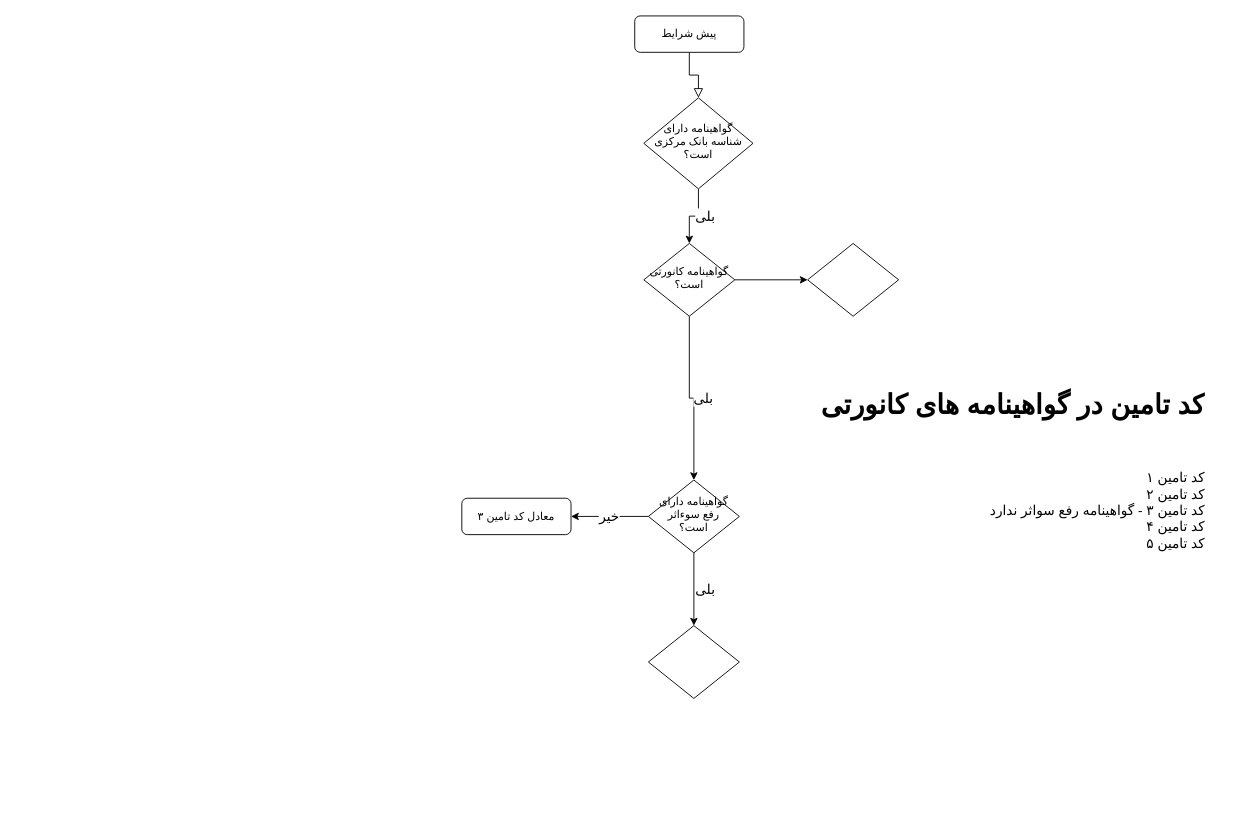
Above: Untitled Diagram.drawio in javadsabbagh/java-training (draw.io), before the change. Source tidied: cells renumbered, new cells numbered last; positions are measured from the earlier drawing's top-left corner, leaving out a move shared by most shapes. Both pictures are drawn from the tidied source at 91%, with x=0, y=0 at pixel (461, 15).
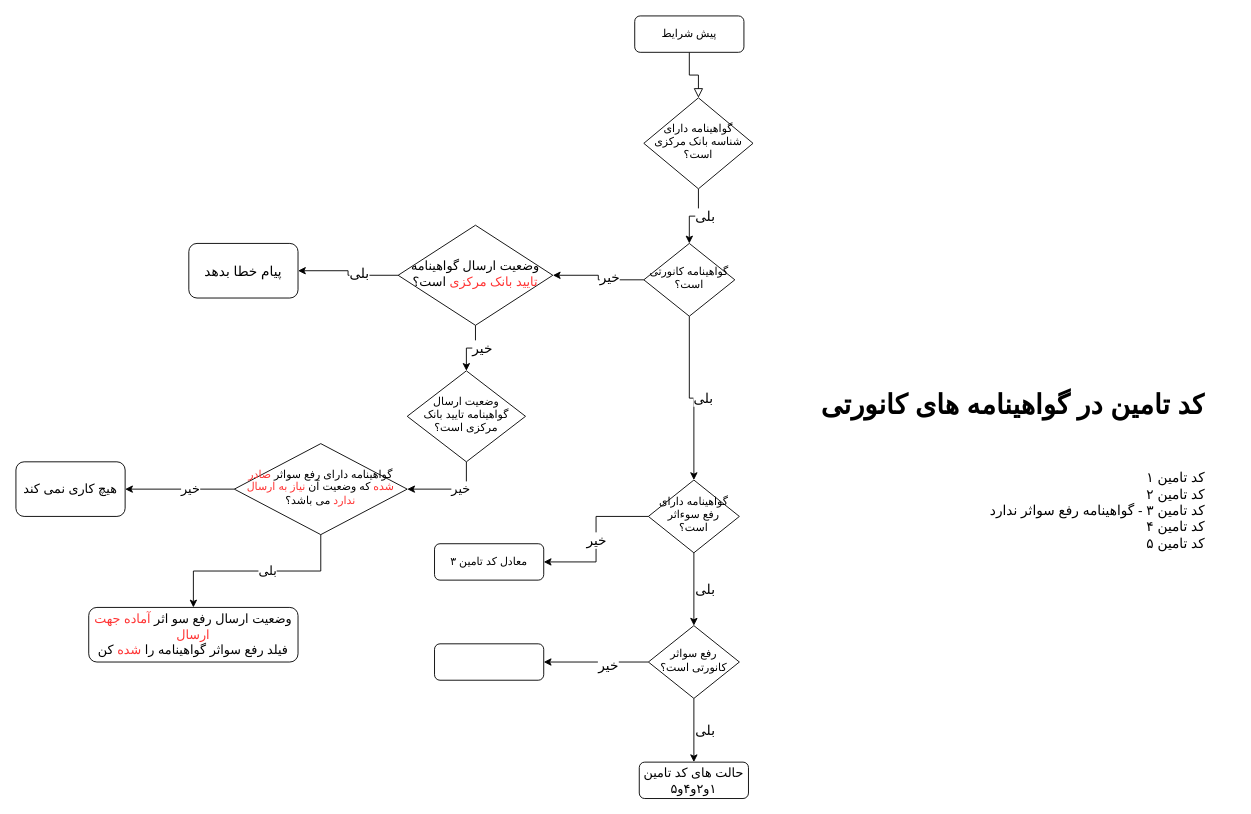
Above is the later version.

Unchanged cells that the change refers to:
```xml
<mxCell id="8" value="گواهینامه کانورتی است؟" style="rhombus;whiteSpace=wrap;html=1;shadow=0;fontFamily=Helvetica;fontSize=12;align=center;strokeWidth=1;spacing=6;spacingTop=-4;" parent="1" vertex="1">
  <mxGeometry x="200" y="250" width="100" height="80" as="geometry" />
</mxCell>
```

Change to the diagram source:
```diff
@@
-    <mxCell id="6" style="edgeStyle=orthogonalEdgeStyle;rounded=0;sketch=0;jettySize=auto;html=1;shadow=0;fontSize=15;align=left;" parent="1" edge="1" source="8" target="13">
+    <mxCell id="6" value="خیر" style="edgeStyle=orthogonalEdgeStyle;rounded=0;sketch=0;jettySize=auto;html=1;shadow=0;fontSize=15;align=left;" parent="1" edge="1" source="8" target="13">
       <mxGeometry relative="1" as="geometry" />
     </mxCell>
@@
     <mxCell id="12" value="معادل کد تامین ۳" style="rounded=1;whiteSpace=wrap;html=1;fontSize=12;glass=0;strokeWidth=1;shadow=0;" parent="1" vertex="1">
-      <mxGeometry y="530" width="120" height="40" as="geometry" />
+      <mxGeometry x="-30" y="580" width="120" height="40" as="geometry" />
     </mxCell>
+    <mxCell id="16" value="بلی" style="edgeStyle=orthogonalEdgeStyle;rounded=0;sketch=0;jettySize=auto;html=1;entryX=1;entryY=0.5;entryDx=0;entryDy=0;shadow=0;fontSize=15;align=left;" parent="1" edge="1" source="13" target="23">
+      <mxGeometry relative="1" as="geometry" />
+    </mxCell>
+    <mxCell id="17" value="خیر" style="edgeStyle=orthogonalEdgeStyle;rounded=0;sketch=0;jettySize=auto;html=1;shadow=0;fontSize=15;align=left;" parent="1" edge="1" source="13" target="25">
+      <mxGeometry relative="1" as="geometry" />
+    </mxCell>
-    <mxCell id="13" style="rhombus;whiteSpace=wrap;html=1;shadow=0;fontFamily=Helvetica;fontSize=12;align=center;strokeWidth=1;spacing=6;spacingTop=-4;" parent="1" vertex="1">
-      <mxGeometry x="380" y="250" width="100" height="80" as="geometry" />
+    <mxCell id="13" value="وضعیت ارسال گواهینامه &lt;font color=&quot;#ff3333&quot; style=&quot;font-size: 14px;&quot;&gt;تایید بانک مرکزی&lt;/font&gt; است؟" style="rhombus;whiteSpace=wrap;html=1;shadow=0;fontFamily=Helvetica;fontSize=14;align=center;strokeWidth=1;spacing=6;spacingTop=-4;" parent="1" vertex="1">
+      <mxGeometry x="-70" y="230" width="170" height="110" as="geometry" />
     </mxCell>
+    <mxCell id="18" style="edgeStyle=orthogonalEdgeStyle;rounded=0;sketch=0;jettySize=auto;html=1;entryX=1;entryY=0.5;entryDx=0;entryDy=0;shadow=0;fontSize=15;align=left;" parent="1" edge="1" source="14" target="21">
+      <mxGeometry relative="1" as="geometry" />
+    </mxCell>
+    <mxCell id="19" value="خیر" style="edgeLabel;html=1;align=center;verticalAlign=middle;fontSize=15;" parent="18" vertex="1">
+      <mxGeometry x="-0.22" y="2" relative="1" as="geometry" />
+    </mxCell>
+    <mxCell id="20" value="بلی" style="edgeStyle=orthogonalEdgeStyle;rounded=0;sketch=0;jettySize=auto;html=1;shadow=0;fontSize=15;align=left;" parent="1" edge="1" source="14" target="22">
+      <mxGeometry relative="1" as="geometry" />
+    </mxCell>
-    <mxCell id="14" style="rhombus;whiteSpace=wrap;html=1;shadow=0;fontFamily=Helvetica;fontSize=12;align=center;strokeWidth=1;spacing=6;spacingTop=-4;" parent="1" vertex="1">
+    <mxCell id="14" value="رفع سواثر کانورتی است؟" style="rhombus;whiteSpace=wrap;html=1;shadow=0;fontFamily=Helvetica;fontSize=12;align=center;strokeWidth=1;spacing=6;spacingTop=-4;" parent="1" vertex="1">
       <mxGeometry x="205" y="670" width="100" height="80" as="geometry" />
     </mxCell>
@@
+    <mxCell id="21" style="rounded=1;whiteSpace=wrap;html=1;fontSize=12;glass=0;strokeWidth=1;shadow=0;" parent="1" vertex="1">
+      <mxGeometry x="-30" y="690" width="120" height="40" as="geometry" />
+    </mxCell>
+    <mxCell id="22" value="حالت های کد تامین ۱و۲و۴و۵" style="rounded=1;whiteSpace=wrap;html=1;fontSize=14;glass=0;strokeWidth=1;shadow=0;" parent="1" vertex="1">
+      <mxGeometry x="195" y="820" width="120" height="40" as="geometry" />
+    </mxCell>
+    <mxCell id="23" value="پیام خطا بدهد" style="rounded=1;whiteSpace=wrap;html=1;fontSize=15;" parent="1" vertex="1">
+      <mxGeometry x="-300" y="250" width="120" height="60" as="geometry" />
+    </mxCell>
+    <mxCell id="24" value="خیر" style="edgeStyle=orthogonalEdgeStyle;rounded=0;sketch=0;jettySize=auto;html=1;entryX=1;entryY=0.5;entryDx=0;entryDy=0;shadow=0;fontSize=14;align=left;" parent="1" edge="1" source="25" target="28">
+      <mxGeometry relative="1" as="geometry" />
+    </mxCell>
+    <mxCell id="25" value="وضعیت ارسال گواهینامه تایید بانک مرکزی است؟" style="rhombus;whiteSpace=wrap;html=1;shadow=0;fontFamily=Helvetica;fontSize=12;align=center;strokeWidth=1;spacing=6;spacingTop=-4;" parent="1" vertex="1">
+      <mxGeometry x="-60" y="390" width="130" height="100" as="geometry" />
+    </mxCell>
+    <mxCell id="26" value="بلی" style="edgeStyle=orthogonalEdgeStyle;rounded=0;sketch=0;jettySize=auto;html=1;shadow=0;fontSize=14;align=left;" parent="1" edge="1" source="28" target="29">
+      <mxGeometry relative="1" as="geometry" />
+    </mxCell>
+    <mxCell id="27" value="خیر" style="edgeStyle=orthogonalEdgeStyle;rounded=0;sketch=0;jettySize=auto;html=1;shadow=0;fontSize=14;align=left;entryX=1;entryY=0.5;entryDx=0;entryDy=0;" parent="1" edge="1" source="28" target="30">
+      <mxGeometry relative="1" as="geometry" />
+    </mxCell>
+    <mxCell id="28" value="گواهینامه دارای رفع سواثر &lt;font color=&quot;#ff3333&quot;&gt;صادر شده&lt;/font&gt; که وضعیت آن &lt;font color=&quot;#ff3333&quot;&gt;نیاز به ارسال ندارد&lt;/font&gt; می باشد؟" style="rhombus;whiteSpace=wrap;html=1;shadow=0;fontFamily=Helvetica;fontSize=12;align=center;strokeWidth=1;spacing=6;spacingTop=-4;" parent="1" vertex="1">
+      <mxGeometry x="-250" y="470" width="190" height="100" as="geometry" />
+    </mxCell>
+    <mxCell id="29" value="وضعیت ارسال رفع سو اثر &lt;font color=&quot;#ff3333&quot;&gt;آماده جهت ارسال&lt;/font&gt;&lt;br&gt;فیلد رفع سواثر گواهینامه را &lt;font color=&quot;#ff3333&quot;&gt;شده&lt;/font&gt; کن" style="rounded=1;whiteSpace=wrap;html=1;fontSize=14;" parent="1" vertex="1">
+      <mxGeometry x="-410" y="650" width="230" height="60" as="geometry" />
+    </mxCell>
+    <mxCell id="30" value="هیچ کاری نمی کند" style="rounded=1;whiteSpace=wrap;html=1;fontSize=14;" parent="1" vertex="1">
+      <mxGeometry x="-490" y="490" width="120" height="60" as="geometry" />
+    </mxCell>
```
